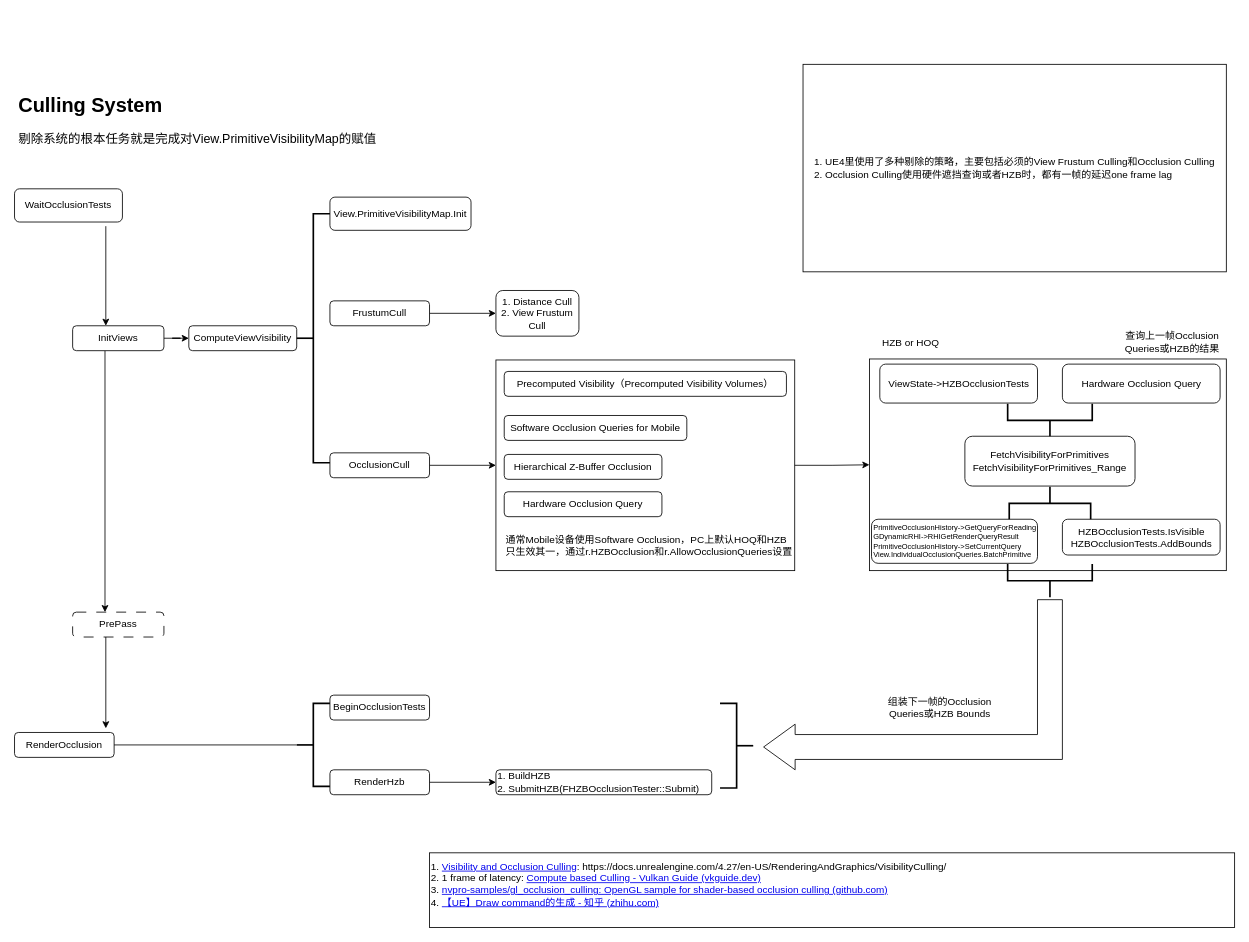
Above: CullingSystem.drawio in cedarz/UE4Gram (draw.io), before the change. Source tidied: cells renumbered, new cells numbered last; positions are measured from the earlier drawing's top-left corner, leaving out a move shared by most shapes. Both pictures are drawn from the tidied source at 83%, with x=0, y=0 at pixel (14, 64).
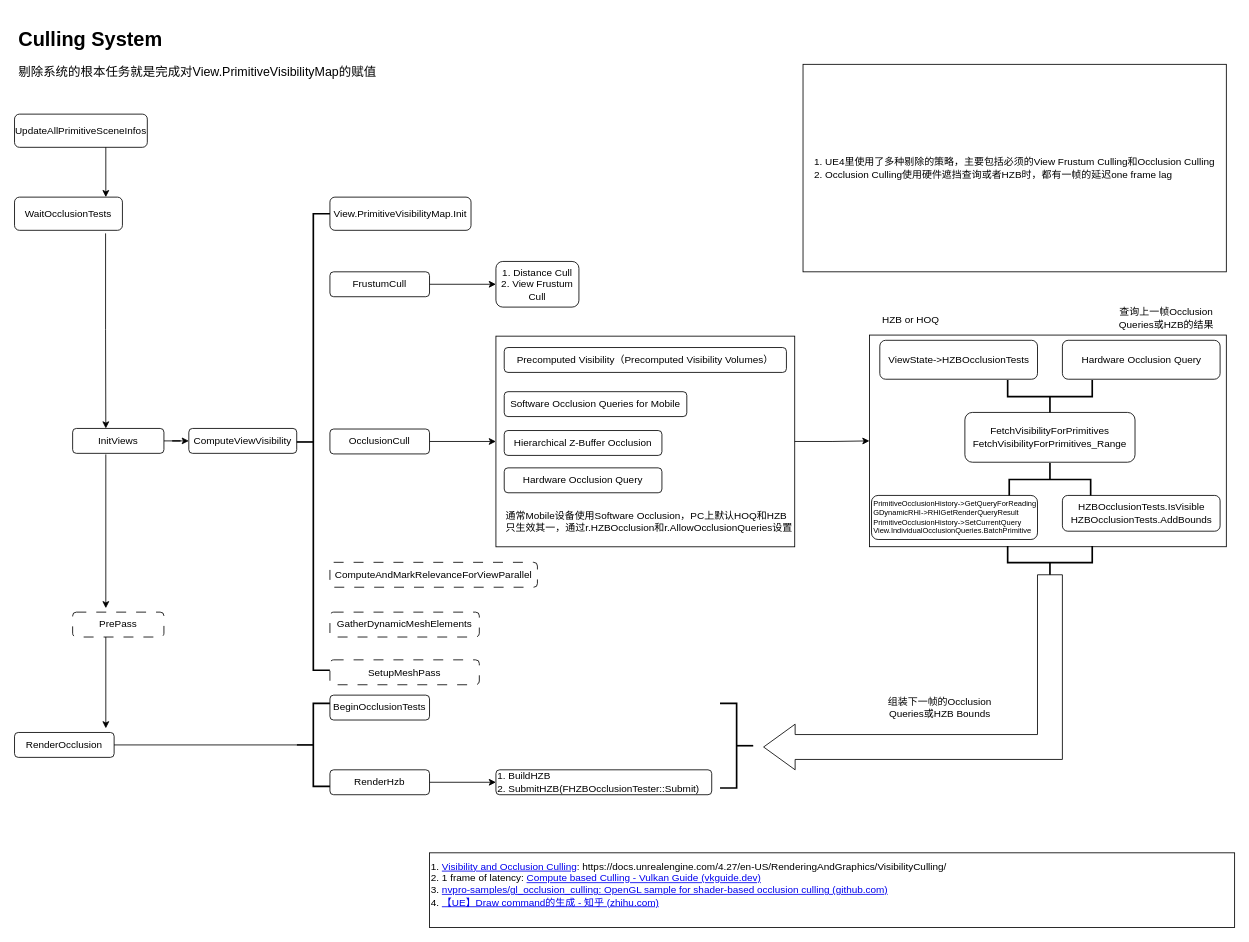
After the change.

The edit, as a diff of the source:
```diff
@@
-    <mxCell id="2" style="edgeStyle=orthogonalEdgeStyle;rounded=0;orthogonalLoop=1;jettySize=auto;html=1;" parent="1" edge="1">
-      <mxGeometry relative="1" as="geometry">
-        <mxPoint x="110" y="195" as="sourcePoint" />
-        <mxPoint x="110" y="315" as="targetPoint" />
-      </mxGeometry>
-    </mxCell>
     <mxCell id="3" value="WaitOcclusionTests" style="rounded=1;whiteSpace=wrap;html=1;" parent="1" vertex="1">
-      <mxGeometry y="150" width="130" height="40" as="geometry" />
+      <mxGeometry y="160" width="130" height="40" as="geometry" />
     </mxCell>
@@
-    <mxCell id="5" style="edgeStyle=orthogonalEdgeStyle;rounded=0;orthogonalLoop=1;jettySize=auto;html=1;" parent="1" edge="1">
-      <mxGeometry relative="1" as="geometry">
-        <mxPoint x="109" y="345" as="sourcePoint" />
-        <mxPoint x="109" y="660" as="targetPoint" />
-      </mxGeometry>
-    </mxCell>
     <mxCell id="6" value="InitViews" style="rounded=1;whiteSpace=wrap;html=1;" parent="1" vertex="1">
-      <mxGeometry x="70" y="315" width="110" height="30" as="geometry" />
+      <mxGeometry x="70" y="438.7" width="110" height="30" as="geometry" />
     </mxCell>
     <mxCell id="7" value="ComputeViewVisibility" style="rounded=1;whiteSpace=wrap;html=1;" parent="1" vertex="1">
-      <mxGeometry x="210" y="315" width="130" height="30" as="geometry" />
+      <mxGeometry x="210" y="438.7" width="130" height="30" as="geometry" />
     </mxCell>
@@
     <mxCell id="10" value="FrustumCull" style="rounded=1;whiteSpace=wrap;html=1;" parent="1" vertex="1">
-      <mxGeometry x="380" y="285" width="120" height="30" as="geometry" />
+      <mxGeometry x="380" y="250" width="120" height="30" as="geometry" />
     </mxCell>
@@
     <mxCell id="12" value="OcclusionCull" style="rounded=1;whiteSpace=wrap;html=1;" parent="1" vertex="1">
-      <mxGeometry x="380" y="468.1" width="120" height="30" as="geometry" />
+      <mxGeometry x="380" y="439.4" width="120" height="30" as="geometry" />
     </mxCell>
     <mxCell id="13" value="1. Distance Cull&lt;br&gt;2. View Frustum Cull" style="whiteSpace=wrap;html=1;rounded=1;" parent="1" vertex="1">
-      <mxGeometry x="580" y="272.5" width="100" height="55" as="geometry" />
+      <mxGeometry x="580" y="237.5" width="100" height="55" as="geometry" />
     </mxCell>
@@
     <mxCell id="15" style="rounded=0;whiteSpace=wrap;html=1;fillColor=none;" parent="1" vertex="1">
-      <mxGeometry x="580" y="356.2" width="360" height="253.8" as="geometry" />
+      <mxGeometry x="580" y="327.5" width="360" height="253.8" as="geometry" />
     </mxCell>
     <mxCell id="16" value="Precomputed Visibility（Precomputed Visibility Volumes）" style="rounded=1;whiteSpace=wrap;html=1;" parent="1" vertex="1">
-      <mxGeometry x="590" y="370" width="340" height="30" as="geometry" />
+      <mxGeometry x="590" y="341.2" width="340" height="30" as="geometry" />
     </mxCell>
     <mxCell id="17" value="Software Occlusion&amp;nbsp;Queries for Mobile" style="rounded=1;whiteSpace=wrap;html=1;align=center;" parent="1" vertex="1">
-      <mxGeometry x="590" y="423.1" width="220" height="30" as="geometry" />
+      <mxGeometry x="590" y="394.4" width="220" height="30" as="geometry" />
     </mxCell>
     <mxCell id="18" value="Hierarchical Z-Buffer Occlusion" style="rounded=1;whiteSpace=wrap;html=1;align=center;" parent="1" vertex="1">
-      <mxGeometry x="590" y="470" width="190" height="30" as="geometry" />
+      <mxGeometry x="590" y="441.2" width="190" height="30" as="geometry" />
     </mxCell>
     <mxCell id="19" value="Hardware Occlusion Query" style="rounded=1;whiteSpace=wrap;html=1;align=center;" parent="1" vertex="1">
-      <mxGeometry x="590" y="515" width="190" height="30" as="geometry" />
+      <mxGeometry x="590" y="486.2" width="190" height="30" as="geometry" />
     </mxCell>
     <mxCell id="20" value="通常Mobile设备使用Software Occlusion，PC上默认HOQ和HZB只生效其一，通过r.HZBOcclusion和r.AllowOcclusionQueries设置" style="text;html=1;strokeColor=none;fillColor=none;align=left;verticalAlign=middle;whiteSpace=wrap;rounded=0;" parent="1" vertex="1">
-      <mxGeometry x="590" y="550" width="350" height="60" as="geometry" />
+      <mxGeometry x="590" y="521.2" width="350" height="60" as="geometry" />
     </mxCell>
     <mxCell id="21" value="&lt;h1&gt;Culling System&lt;/h1&gt;&lt;p style=&quot;font-size: 15px;&quot;&gt;剔除系统的根本任务就是完成对View.PrimitiveVisibilityMap的赋值&lt;br&gt;&lt;/p&gt;" style="text;html=1;strokeColor=none;fillColor=none;spacing=5;spacingTop=-20;whiteSpace=wrap;overflow=hidden;rounded=0;" parent="1" vertex="1">
-      <mxGeometry y="30" width="460" height="100" as="geometry" />
+      <mxGeometry y="-50" width="460" height="100" as="geometry" />
     </mxCell>
     <mxCell id="22" style="rounded=0;whiteSpace=wrap;html=1;fillColor=none;" parent="1" vertex="1">
-      <mxGeometry x="1030" y="355" width="430" height="255" as="geometry" />
+      <mxGeometry x="1030" y="326.2" width="430" height="255" as="geometry" />
     </mxCell>
     <mxCell id="23" value="ViewState-&amp;gt;HZBOcclusionTests" style="rounded=1;whiteSpace=wrap;html=1;" parent="1" vertex="1">
-      <mxGeometry x="1042.5" y="361.2" width="190" height="46.9" as="geometry" />
+      <mxGeometry x="1042.5" y="332.5" width="190" height="46.9" as="geometry" />
     </mxCell>
     <mxCell id="24" value="HZB or HOQ" style="text;html=1;strokeColor=none;fillColor=none;align=center;verticalAlign=middle;whiteSpace=wrap;rounded=0;" parent="1" vertex="1">
-      <mxGeometry x="1040" y="321.3" width="80" height="30" as="geometry" />
+      <mxGeometry x="1040" y="292.5" width="80" height="30" as="geometry" />
     </mxCell>
     <mxCell id="25" value="Hardware Occlusion Query" style="rounded=1;whiteSpace=wrap;html=1;" parent="1" vertex="1">
-      <mxGeometry x="1262.5" y="361.2" width="190" height="46.9" as="geometry" />
+      <mxGeometry x="1262.5" y="332.5" width="190" height="46.9" as="geometry" />
     </mxCell>
     <mxCell id="26" style="strokeWidth=2;html=1;shape=mxgraph.flowchart.annotation_2;align=left;labelPosition=right;rotation=-90;" parent="1" vertex="1">
-      <mxGeometry x="1227.5" y="378.1" width="40" height="101.9" as="geometry" />
+      <mxGeometry x="1227.5" y="349.4" width="40" height="101.9" as="geometry" />
     </mxCell>
     <mxCell id="27" value="FetchVisibilityForPrimitives&lt;br&gt;FetchVisibilityForPrimitives_Range" style="rounded=1;whiteSpace=wrap;html=1;" parent="1" vertex="1">
-      <mxGeometry x="1145" y="448.1" width="205" height="60" as="geometry" />
+      <mxGeometry x="1145" y="419.4" width="205" height="60" as="geometry" />
     </mxCell>
     <mxCell id="28" style="strokeWidth=2;html=1;shape=mxgraph.flowchart.annotation_2;align=left;labelPosition=right;rotation=90;" parent="1" vertex="1">
-      <mxGeometry x="1227.5" y="480" width="40" height="98.1" as="geometry" />
+      <mxGeometry x="1227.5" y="451.2" width="40" height="98.1" as="geometry" />
     </mxCell>
     <mxCell id="29" value="PrimitiveOcclusionHistory-&amp;gt;GetQueryForReading&lt;br style=&quot;font-size: 9px;&quot;&gt;GDynamicRHI-&amp;gt;RHIGetRenderQueryResult&lt;br&gt;PrimitiveOcclusionHistory-&amp;gt;SetCurrentQuery&lt;br&gt;View.IndividualOcclusionQueries.BatchPrimitive&lt;br&gt;" style="rounded=1;whiteSpace=wrap;html=1;align=left;fontSize=9;" parent="1" vertex="1">
-      <mxGeometry x="1032.5" y="548.1" width="200" height="53.1" as="geometry" />
+      <mxGeometry x="1032.5" y="519.4" width="200" height="53.1" as="geometry" />
     </mxCell>
     <mxCell id="30" value="HZBOcclusionTests.IsVisible&lt;br&gt;HZBOcclusionTests.AddBounds" style="rounded=1;whiteSpace=wrap;html=1;" parent="1" vertex="1">
-      <mxGeometry x="1262.5" y="548.1" width="190" height="43.1" as="geometry" />
+      <mxGeometry x="1262.5" y="519.4" width="190" height="43.1" as="geometry" />
     </mxCell>
     <mxCell id="31" style="strokeWidth=2;html=1;shape=mxgraph.flowchart.annotation_2;align=left;labelPosition=right;rotation=-90;" parent="1" vertex="1">
-      <mxGeometry x="1227.5" y="571.2" width="40" height="101.9" as="geometry" />
+      <mxGeometry x="1227.5" y="549.4" width="40" height="101.9" as="geometry" />
     </mxCell>
@@
     <mxCell id="38" style="strokeWidth=2;html=1;shape=mxgraph.flowchart.annotation_2;align=left;labelPosition=right;rotation=0;" parent="1" vertex="1">
-      <mxGeometry x="340" y="180" width="40" height="300" as="geometry" />
+      <mxGeometry x="340" y="180" width="40" height="550" as="geometry" />
     </mxCell>
@@
     <mxCell id="42" style="html=1;shadow=0;dashed=0;align=center;verticalAlign=middle;shape=mxgraph.arrows2.bendArrow;dy=15;dx=38;notch=0;arrowHead=55;rounded=0;rotation=-180;" parent="1" vertex="1">
-      <mxGeometry x="902.5" y="645" width="360" height="205" as="geometry" />
+      <mxGeometry x="902.5" y="615" width="360" height="235" as="geometry" />
     </mxCell>
@@
     <mxCell id="47" value="查询上一帧Occlusion Queries或HZB的结果" style="text;html=1;strokeColor=none;fillColor=none;align=center;verticalAlign=middle;whiteSpace=wrap;rounded=0;" parent="1" vertex="1">
-      <mxGeometry x="1330" y="315" width="130" height="40" as="geometry" />
+      <mxGeometry x="1322.5" y="286.2" width="130" height="40" as="geometry" />
     </mxCell>
+    <mxCell id="48" value="UpdateAllPrimitiveSceneInfos" style="rounded=1;whiteSpace=wrap;html=1;" parent="1" vertex="1">
+      <mxGeometry y="60" width="160" height="40" as="geometry" />
+    </mxCell>
+    <mxCell id="49" style="edgeStyle=orthogonalEdgeStyle;rounded=0;orthogonalLoop=1;jettySize=auto;html=1;" parent="1" edge="1">
+      <mxGeometry relative="1" as="geometry">
+        <mxPoint x="110" y="100" as="sourcePoint" />
+        <mxPoint x="110" y="160" as="targetPoint" />
+      </mxGeometry>
+    </mxCell>
+    <mxCell id="50" value="ComputeAndMarkRelevanceForViewParallel" style="rounded=1;whiteSpace=wrap;html=1;dashed=1;dashPattern=12 12;" parent="1" vertex="1">
+      <mxGeometry x="380" y="600" width="250" height="30" as="geometry" />
+    </mxCell>
+    <mxCell id="51" value="GatherDynamicMeshElements" style="rounded=1;whiteSpace=wrap;html=1;dashed=1;dashPattern=12 12;" parent="1" vertex="1">
+      <mxGeometry x="380" y="660" width="180" height="30" as="geometry" />
+    </mxCell>
+    <mxCell id="52" value="SetupMeshPass" style="rounded=1;whiteSpace=wrap;html=1;dashed=1;dashPattern=12 12;" parent="1" vertex="1">
+      <mxGeometry x="380" y="717.5" width="180" height="30" as="geometry" />
+    </mxCell>
+    <mxCell id="53" style="edgeStyle=orthogonalEdgeStyle;rounded=0;orthogonalLoop=1;jettySize=auto;html=1;" parent="1" edge="1">
+      <mxGeometry relative="1" as="geometry">
+        <mxPoint x="110" y="470" as="sourcePoint" />
+        <mxPoint x="110" y="655.3" as="targetPoint" />
+      </mxGeometry>
+    </mxCell>
+    <mxCell id="54" style="edgeStyle=orthogonalEdgeStyle;rounded=0;jettySize=auto;html=1;exitX=0.844;exitY=1.092;exitDx=0;exitDy=0;exitPerimeter=0;" parent="1" edge="1" source="3">
+      <mxGeometry relative="1" as="geometry">
+        <mxPoint x="110" y="438.7" as="targetPoint" />
+      </mxGeometry>
+    </mxCell>
```
